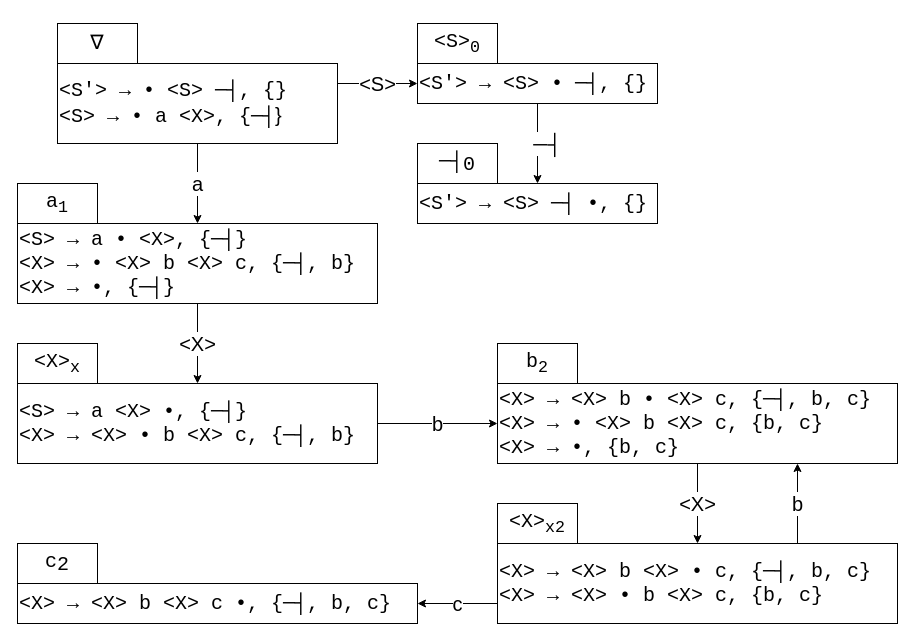
KockaAdmiralac/ETF keeps this draw.io diagram as PP/PPR K2 2015 zadatak 4.drawio. Above is the earlier version. Source tidied: cells renumbered, new cells numbered last; positions are measured from the earlier drawing's top-left corner, leaving out a move shared by most shapes. Both pictures are drawn from the tidied source at 100%, with x=0, y=0 at pixel (17, 23).
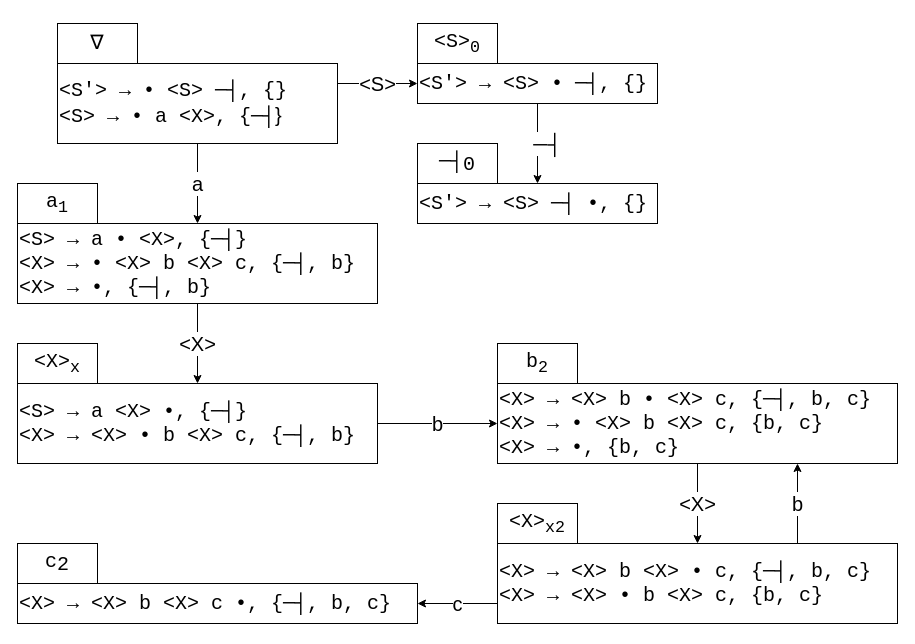
The same page after the edit.

Commit message (it also covers changes not shown here):
PP: K2 finishing diagrams.

What changed in the source:
```diff
@@
-    <mxCell id="7" value="&lt;pre&gt;&lt;font&gt;&lt;font&gt;&lt;pre&gt;&lt;span style=&quot;font-size: 20px&quot;&gt;&amp;lt;S&amp;gt; → a • &amp;lt;X&amp;gt;, {─┤}&lt;br&gt;&amp;lt;X&amp;gt; → • &amp;lt;X&amp;gt; b &amp;lt;X&amp;gt; c, {─┤, b}&lt;br&gt;&amp;lt;X&amp;gt; → •, {─┤}&lt;/span&gt;&lt;/pre&gt;&lt;/font&gt;&lt;/font&gt;&lt;/pre&gt;" style="rounded=0;whiteSpace=wrap;html=1;align=left;" parent="1" vertex="1">
+    <mxCell id="7" value="&lt;pre&gt;&lt;font&gt;&lt;font&gt;&lt;pre&gt;&lt;span style=&quot;font-size: 20px&quot;&gt;&amp;lt;S&amp;gt; → a • &amp;lt;X&amp;gt;, {─┤}&lt;br&gt;&amp;lt;X&amp;gt; → • &amp;lt;X&amp;gt; b &amp;lt;X&amp;gt; c, {─┤, b}&lt;br&gt;&amp;lt;X&amp;gt; → •, {─┤, b}&lt;/span&gt;&lt;/pre&gt;&lt;/font&gt;&lt;/font&gt;&lt;/pre&gt;" style="rounded=0;whiteSpace=wrap;html=1;align=left;" parent="1" vertex="1">
       <mxGeometry y="200" width="360" height="80" as="geometry" />
     </mxCell>
```
